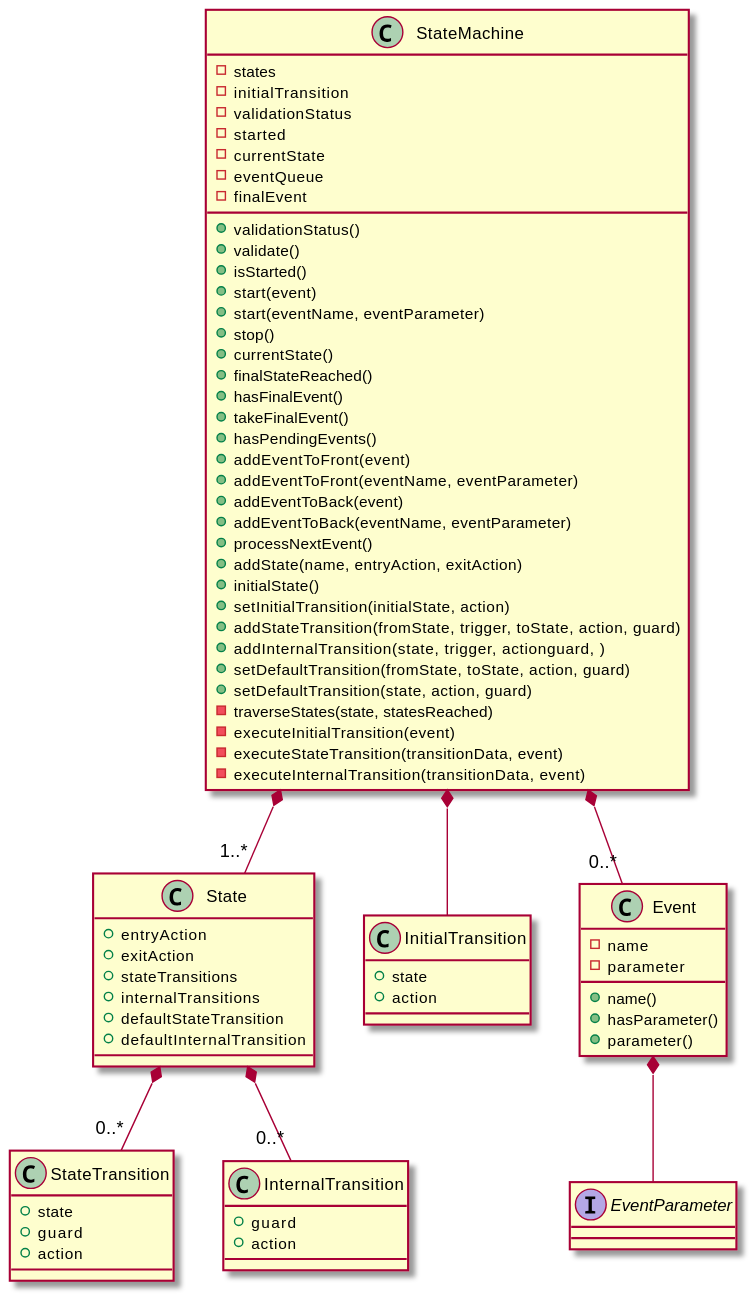
The PlantUML diagram docs/Diagrams/ClassDiagrams/StateMachine.svg in djurodrljaca/CppStateMachineFramework, before a commit.
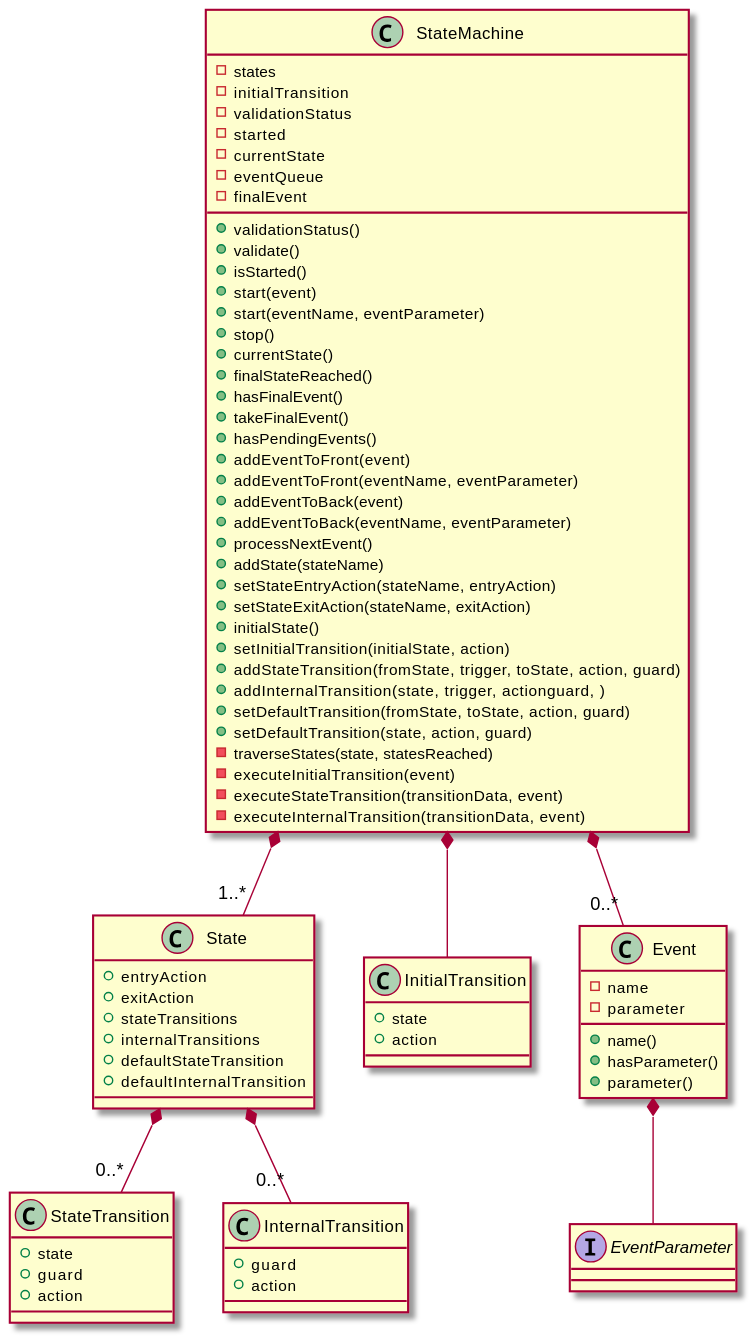
The same diagram one commit later.

Commit message:
Moved setting of state's entry and exit actions to separate methods

Change to the diagram source:
```diff
@@ -33,7 +33,9 @@
     +addEventToBack(event)
     +addEventToBack(eventName, eventParameter)
     +processNextEvent()
-    +addState(name, entryAction, exitAction)
+    +addState(stateName)
+    +setStateEntryAction(stateName, entryAction)
+    +setStateExitAction(stateName, exitAction)
     +initialState()
     +setInitialTransition(initialState, action)
     +addStateTransition(fromState, trigger, toState, action, guard)
```
